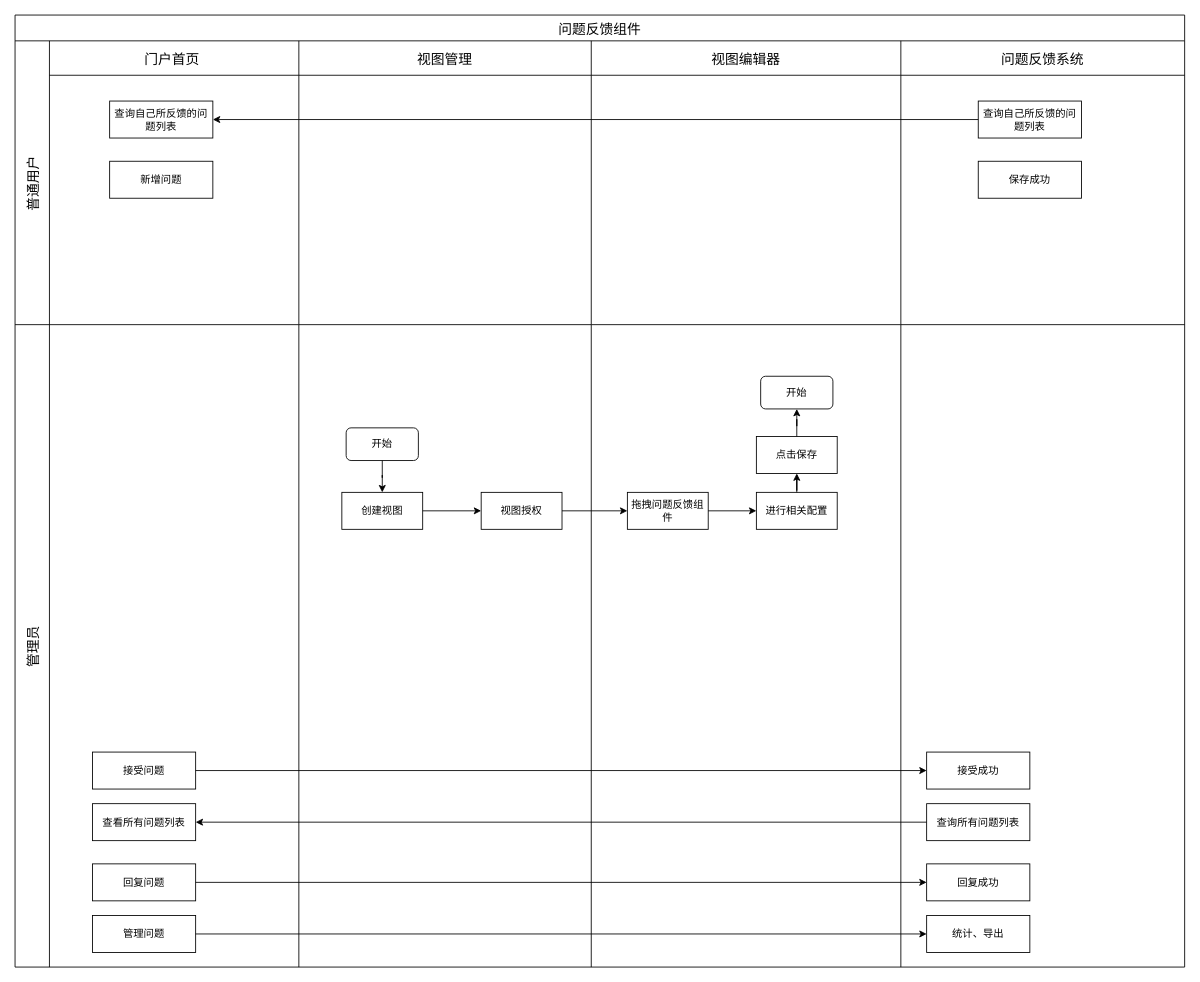
Liang-yonghui/draw keeps this draw.io diagram as draw.io/模型画画.drawio. Above is the earlier version. Source tidied: cells renumbered, new cells numbered last; positions are measured from the earlier drawing's top-left corner, leaving out a move shared by most shapes. Both pictures are drawn from the tidied source at 86%, with x=0, y=0 at pixel (15, 15).
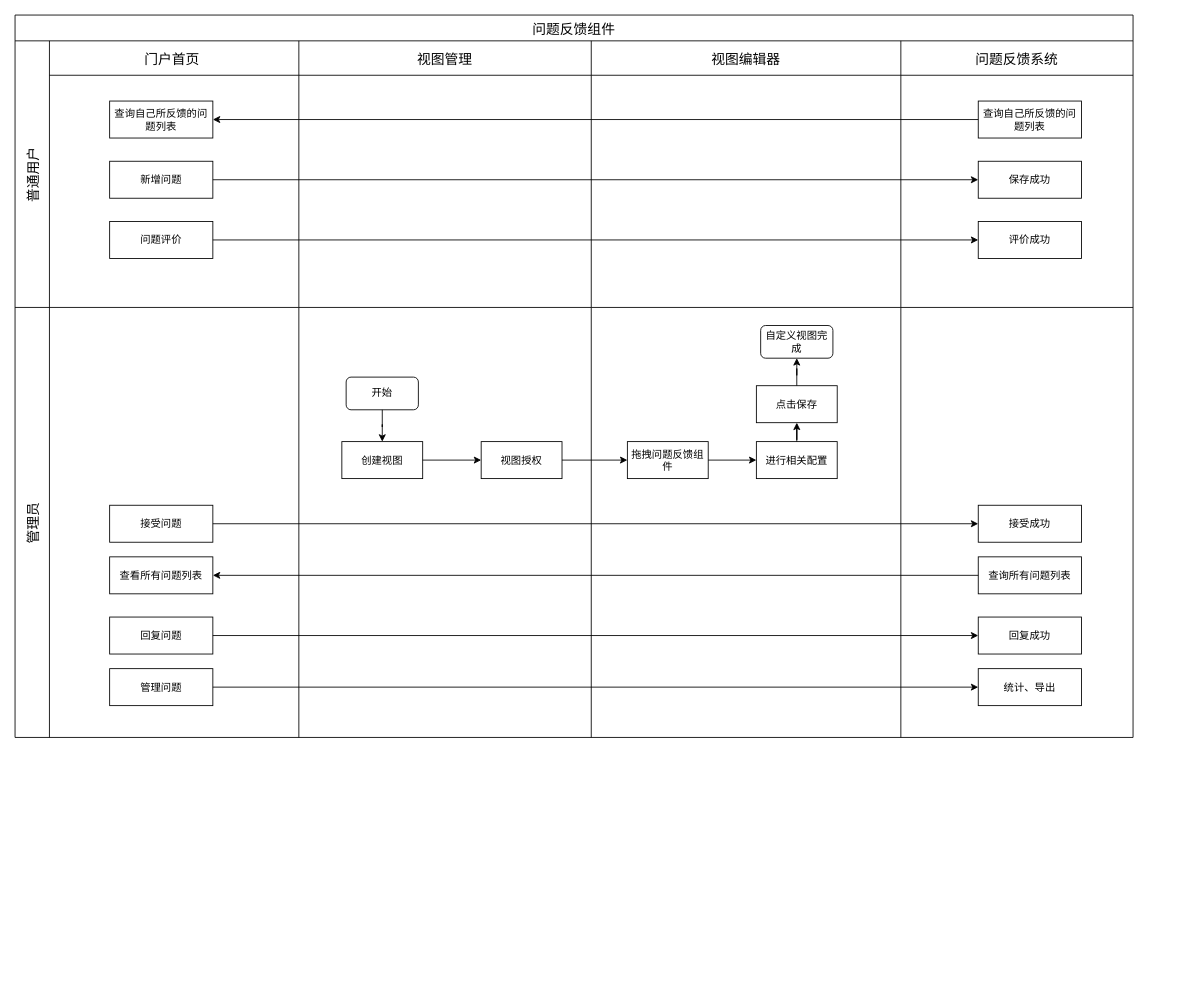
Above is the later version.

Unchanged cells that the change refers to:
```xml
<mxCell id="6" value="新增问题" style="rounded=0;whiteSpace=wrap;html=1;" parent="4" vertex="1">
  <mxGeometry x="70" y="140" width="120" height="43" as="geometry" />
</mxCell>
<mxCell id="11" value="保存成功" style="rounded=0;whiteSpace=wrap;html=1;" parent="9" vertex="1">
  <mxGeometry x="90" y="140" width="120" height="43" as="geometry" />
</mxCell>
```

Diff of the diagram source:
```diff
@@
     <mxCell id="2" value="问题反馈组件" style="shape=table;childLayout=tableLayout;startSize=30;fontSize=16;" parent="1" vertex="1">
-      <mxGeometry width="1360" height="1107" as="geometry" />
+      <mxGeometry width="1300" height="840" as="geometry" />
     </mxCell>
     <mxCell id="3" value="普通用户" style="shape=tableRow;horizontal=0;swimlaneHead=0;swimlaneBody=0;top=0;left=0;strokeColor=inherit;bottom=0;right=0;fontStyle=0;fillColor=none;startSize=40;fontSize=16;" parent="2" vertex="1">
-      <mxGeometry y="30" width="1360" height="330" as="geometry" />
+      <mxGeometry y="30" width="1300" height="310" as="geometry" />
     </mxCell>
     <mxCell id="4" value="门户首页 " style="swimlane;swimlaneHead=0;swimlaneBody=0;fontStyle=0;strokeColor=inherit;fillColor=none;startSize=40;fontSize=16;" parent="3" vertex="1">
-      <mxGeometry x="40" width="290" height="330" as="geometry" />
+      <mxGeometry x="40" width="290" height="310" as="geometry" />
     </mxCell>
@@
+    <mxCell id="44" value="问题评价" style="rounded=0;whiteSpace=wrap;html=1;" parent="4" vertex="1">
+      <mxGeometry x="70" y="210" width="120" height="43" as="geometry" />
+    </mxCell>
     <mxCell id="7" value="视图管理" style="swimlane;swimlaneHead=0;swimlaneBody=0;fontStyle=0;strokeColor=inherit;fillColor=none;startSize=40;fontSize=16;" parent="3" vertex="1">
-      <mxGeometry x="330" width="340" height="330" as="geometry" />
+      <mxGeometry x="330" width="340" height="310" as="geometry" />
     </mxCell>
     <mxCell id="8" value="视图编辑器" style="swimlane;swimlaneHead=0;swimlaneBody=0;fontStyle=0;strokeColor=inherit;fillColor=none;startSize=40;fontSize=16;" parent="3" vertex="1">
-      <mxGeometry x="670" width="360" height="330" as="geometry" />
+      <mxGeometry x="670" width="360" height="310" as="geometry" />
     </mxCell>
     <mxCell id="9" value="问题反馈系统" style="swimlane;swimlaneHead=0;swimlaneBody=0;fontStyle=0;strokeColor=inherit;fillColor=none;startSize=40;fontSize=16;" parent="3" vertex="1">
-      <mxGeometry x="1030" width="330" height="330" as="geometry" />
+      <mxGeometry x="1030" width="270" height="310" as="geometry" />
     </mxCell>
@@
+    <mxCell id="45" value="评价成功" style="rounded=0;whiteSpace=wrap;html=1;" parent="9" vertex="1">
+      <mxGeometry x="90" y="210" width="120" height="43" as="geometry" />
+    </mxCell>
@@
+    <mxCell id="46" style="edgeStyle=orthogonalEdgeStyle;rounded=0;jettySize=auto;html=1;entryX=0;entryY=0.5;entryDx=0;entryDy=0;" parent="3" edge="1" source="6" target="11">
+      <mxGeometry relative="1" as="geometry" />
+    </mxCell>
+    <mxCell id="47" style="edgeStyle=orthogonalEdgeStyle;rounded=0;jettySize=auto;html=1;entryX=0;entryY=0.5;entryDx=0;entryDy=0;" parent="3" edge="1" source="44" target="45">
+      <mxGeometry relative="1" as="geometry" />
+    </mxCell>
     <mxCell id="13" value="管理员" style="shape=tableRow;horizontal=0;swimlaneHead=0;swimlaneBody=0;top=0;left=0;strokeColor=inherit;bottom=0;right=0;fontStyle=0;fillColor=none;startSize=40;fontSize=16;" parent="2" vertex="1">
-      <mxGeometry y="360" width="1360" height="747" as="geometry" />
+      <mxGeometry y="340" width="1300" height="500" as="geometry" />
     </mxCell>
     <mxCell id="14" style="swimlane;swimlaneHead=0;swimlaneBody=0;fontStyle=0;strokeColor=inherit;fillColor=none;startSize=0;fontSize=16;" parent="13" vertex="1">
-      <mxGeometry x="40" width="290" height="747" as="geometry" />
+      <mxGeometry x="40" width="290" height="500" as="geometry" />
     </mxCell>
     <mxCell id="15" style="swimlane;swimlaneHead=0;swimlaneBody=0;fontStyle=0;strokeColor=inherit;fillColor=none;startSize=0;fontSize=16;" parent="13" vertex="1">
-      <mxGeometry x="330" width="340" height="747" as="geometry" />
+      <mxGeometry x="330" width="340" height="500" as="geometry" />
     </mxCell>
     <mxCell id="16" style="group;" parent="15" vertex="1">
-      <mxGeometry x="50" y="60" width="576" height="178" as="geometry" />
+      <mxGeometry x="50" y="21" width="576" height="178" as="geometry" />
     </mxCell>
-    <mxCell id="17" value="开始" style="rounded=1;whiteSpace=wrap;html=1;" parent="16" vertex="1">
+    <mxCell id="17" value="自定义视图完成" style="rounded=1;whiteSpace=wrap;html=1;" parent="16" vertex="1">
       <mxGeometry x="487" width="84" height="38" as="geometry" />
     </mxCell>
@@
     <mxCell id="30" style="swimlane;swimlaneHead=0;swimlaneBody=0;fontStyle=0;strokeColor=inherit;fillColor=none;startSize=0;fontSize=16;" parent="13" vertex="1">
-      <mxGeometry x="670" width="360" height="747" as="geometry" />
+      <mxGeometry x="670" width="360" height="500" as="geometry" />
     </mxCell>
     <mxCell id="31" style="swimlane;swimlaneHead=0;swimlaneBody=0;fontStyle=0;strokeColor=inherit;fillColor=none;startSize=0;fontSize=16;" parent="13" vertex="1">
-      <mxGeometry x="1030" width="330" height="747" as="geometry" />
+      <mxGeometry x="1030" width="270" height="500" as="geometry" />
     </mxCell>
     <mxCell id="32" value="查看所有问题列表" style="rounded=0;whiteSpace=wrap;html=1;" parent="31" vertex="1">
-      <mxGeometry x="-940" y="557" width="120" height="43" as="geometry" />
+      <mxGeometry x="-920" y="290" width="120" height="43" as="geometry" />
     </mxCell>
     <mxCell id="33" value="回复问题" style="rounded=0;whiteSpace=wrap;html=1;" parent="31" vertex="1">
-      <mxGeometry x="-940" y="627" width="120" height="43" as="geometry" />
+      <mxGeometry x="-920" y="360" width="120" height="43" as="geometry" />
     </mxCell>
     <mxCell id="34" value="管理问题" style="rounded=0;whiteSpace=wrap;html=1;" parent="31" vertex="1">
-      <mxGeometry x="-940" y="687" width="120" height="43" as="geometry" />
+      <mxGeometry x="-920" y="420" width="120" height="43" as="geometry" />
     </mxCell>
     <mxCell id="35" value="接受问题" style="rounded=0;whiteSpace=wrap;html=1;" parent="31" vertex="1">
-      <mxGeometry x="-940" y="497" width="120" height="43" as="geometry" />
+      <mxGeometry x="-920" y="230" width="120" height="43" as="geometry" />
     </mxCell>
     <mxCell id="36" value="查询所有问题列表" style="rounded=0;whiteSpace=wrap;html=1;" parent="31" vertex="1">
-      <mxGeometry x="30" y="557" width="120" height="43" as="geometry" />
+      <mxGeometry x="90" y="290" width="120" height="43" as="geometry" />
     </mxCell>
     <mxCell id="37" value="回复成功" style="rounded=0;whiteSpace=wrap;html=1;" parent="31" vertex="1">
-      <mxGeometry x="30" y="627" width="120" height="43" as="geometry" />
+      <mxGeometry x="90" y="360" width="120" height="43" as="geometry" />
     </mxCell>
     <mxCell id="38" value="统计、导出" style="rounded=0;whiteSpace=wrap;html=1;" parent="31" vertex="1">
-      <mxGeometry x="30" y="687" width="120" height="43" as="geometry" />
+      <mxGeometry x="90" y="420" width="120" height="43" as="geometry" />
     </mxCell>
     <mxCell id="39" value="接受成功" style="rounded=0;whiteSpace=wrap;html=1;" parent="31" vertex="1">
-      <mxGeometry x="30" y="497" width="120" height="43" as="geometry" />
+      <mxGeometry x="90" y="230" width="120" height="43" as="geometry" />
     </mxCell>
+    <mxCell id="42" style="edgeStyle=orthogonalEdgeStyle;rounded=0;jettySize=auto;html=1;entryX=1;entryY=0.5;entryDx=0;entryDy=0;" parent="31" edge="1" source="36" target="32">
+      <mxGeometry relative="1" as="geometry" />
+    </mxCell>
@@
-    <mxCell id="42" style="edgeStyle=orthogonalEdgeStyle;rounded=0;jettySize=auto;html=1;entryX=1;entryY=0.5;entryDx=0;entryDy=0;" parent="31" edge="1" source="36" target="32">
-      <mxGeometry relative="1" as="geometry" />
-    </mxCell>
```
